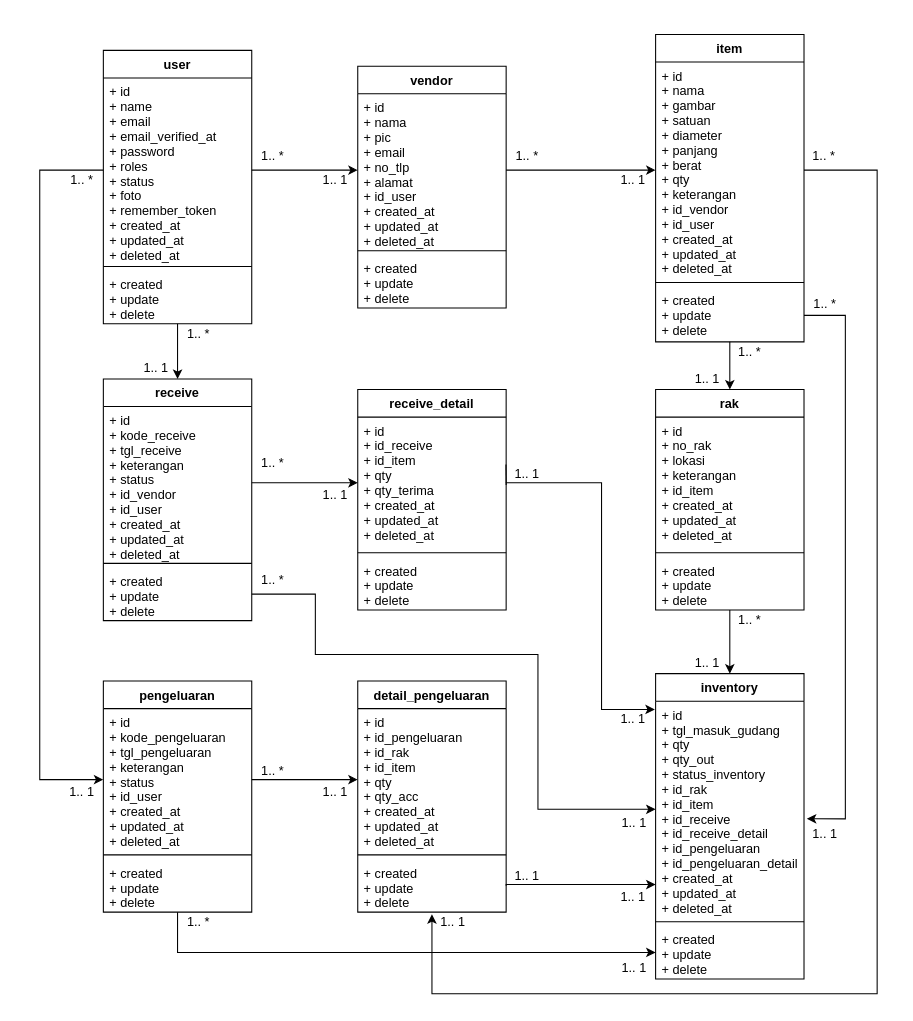
The draw.io diagram public/DOKUMENTASI/Class diagram.drawio in gurafwisandi/erp-warehouse-vertical, before the edit. Source tidied: cells renumbered, new cells numbered last; positions are measured from the earlier drawing's top-left corner, leaving out a move shared by most shapes. Both pictures are drawn from the tidied source at 106%, with x=0, y=0 at pixel (18, 18).
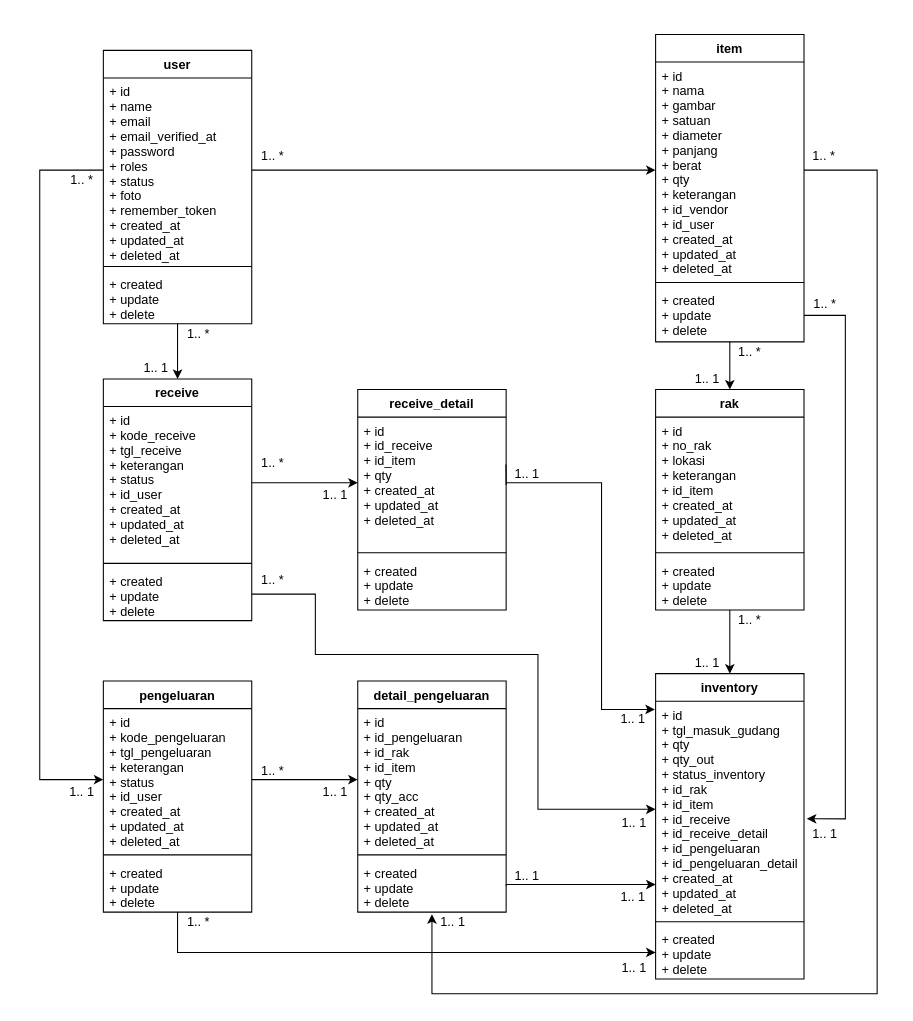
After the change.

The change refers to these unchanged cells:
```xml
<mxCell id="6" value="+ id&#10;+ name&#10;+ email&#10;+ email_verified_at&#10;+ password&#10;+ roles&#10;+ status&#10;+ foto&#10;+ remember_token&#10;+ created_at&#10;+ updated_at&#10;+ deleted_at" style="text;strokeColor=none;fillColor=none;align=left;verticalAlign=top;spacingLeft=4;spacingRight=4;overflow=hidden;points=[[0,0.5],[1,0.5]];portConstraint=eastwest;" parent="5" vertex="1">
  <mxGeometry y="26" width="140" height="174" as="geometry" />
</mxCell>
<mxCell id="18" value="+ id&#10;+ nama&#10;+ gambar&#10;+ satuan&#10;+ diameter&#10;+ panjang&#10;+ berat&#10;+ qty&#10;+ keterangan&#10;+ id_vendor&#10;+ id_user&#10;+ created_at&#10;+ updated_at&#10;+ deleted_at" style="text;strokeColor=none;fillColor=none;align=left;verticalAlign=top;spacingLeft=4;spacingRight=4;overflow=hidden;points=[[0,0.5],[1,0.5]];portConstraint=eastwest;" parent="17" vertex="1">
  <mxGeometry y="26" width="140" height="204" as="geometry" />
</mxCell>
<mxCell id="26" value="receive" style="swimlane;fontStyle=1;align=center;verticalAlign=top;horizontal=1;startSize=26;" parent="1" vertex="1">
  <mxGeometry x="80" y="340" width="140" height="228" as="geometry" />
</mxCell>
<mxCell id="30" value="receive_detail" style="swimlane;fontStyle=1;align=center;verticalAlign=top;horizontal=1;startSize=26;" parent="1" vertex="1">
  <mxGeometry x="320" y="350" width="140" height="208" as="geometry" />
</mxCell>
```

Diff of the diagram source:
```diff
@@
-    <mxCell id="2" style="edgeStyle=orthogonalEdgeStyle;rounded=0;jettySize=auto;html=1;exitX=1;exitY=0.5;exitDx=0;exitDy=0;entryX=0;entryY=0.5;entryDx=0;entryDy=0;" parent="1" edge="1" source="6" target="14">
+    <mxCell id="2" style="edgeStyle=orthogonalEdgeStyle;rounded=0;jettySize=auto;html=1;exitX=1;exitY=0.5;exitDx=0;exitDy=0;" parent="1" edge="1" source="6" target="18">
       <mxGeometry relative="1" as="geometry" />
     </mxCell>
@@
-    <mxCell id="12" style="rounded=0;jettySize=auto;html=1;entryX=0;entryY=0.5;entryDx=0;entryDy=0;exitX=1;exitY=0.5;exitDx=0;exitDy=0;startArrow=none;startFill=0;endArrow=classic;endFill=1;" parent="1" edge="1" source="14" target="18">
-      <mxGeometry relative="1" as="geometry" />
-    </mxCell>
-    <mxCell id="13" value="vendor" style="swimlane;fontStyle=1;align=center;verticalAlign=top;horizontal=1;startSize=26;" parent="1" vertex="1">
-      <mxGeometry x="320" y="45" width="140" height="228" as="geometry" />
-    </mxCell>
-    <mxCell id="14" value="+ id&#10;+ nama&#10;+ pic&#10;+ email&#10;+ no_tlp&#10;+ alamat&#10;+ id_user&#10;+ created_at&#10;+ updated_at&#10;+ deleted_at" style="text;strokeColor=none;fillColor=none;align=left;verticalAlign=top;spacingLeft=4;spacingRight=4;overflow=hidden;points=[[0,0.5],[1,0.5]];portConstraint=eastwest;" parent="13" vertex="1">
-      <mxGeometry y="26" width="140" height="144" as="geometry" />
-    </mxCell>
-    <mxCell id="15" style="line;strokeWidth=1;fillColor=none;align=left;verticalAlign=middle;spacingTop=-1;spacingLeft=3;spacingRight=3;labelPosition=right;" parent="13" vertex="1">
-      <mxGeometry y="170" width="140" height="8" as="geometry" />
-    </mxCell>
-    <mxCell id="16" value="+ created&#10;+ update&#10;+ delete" style="text;strokeColor=none;fillColor=none;align=left;verticalAlign=top;spacingLeft=4;spacingRight=4;overflow=hidden;" parent="13" vertex="1">
-      <mxGeometry y="178" width="140" height="50" as="geometry" />
-    </mxCell>
@@
-    <mxCell id="27" value="+ id&#10;+ kode_receive&#10;+ tgl_receive&#10;+ keterangan&#10;+ status&#10;+ id_vendor&#10;+ id_user&#10;+ created_at&#10;+ updated_at&#10;+ deleted_at" style="text;strokeColor=none;fillColor=none;align=left;verticalAlign=top;spacingLeft=4;spacingRight=4;overflow=hidden;points=[[0,0.5],[1,0.5]];portConstraint=eastwest;" parent="26" vertex="1">
+    <mxCell id="27" value="+ id&#10;+ kode_receive&#10;+ tgl_receive&#10;+ keterangan&#10;+ status&#10;+ id_user&#10;+ created_at&#10;+ updated_at&#10;+ deleted_at" style="text;strokeColor=none;fillColor=none;align=left;verticalAlign=top;spacingLeft=4;spacingRight=4;overflow=hidden;points=[[0,0.5],[1,0.5]];portConstraint=eastwest;" parent="26" vertex="1">
       <mxGeometry y="26" width="140" height="144" as="geometry" />
     </mxCell>
@@
-    <mxCell id="31" value="+ id&#10;+ id_receive&#10;+ id_item&#10;+ qty&#10;+ qty_terima&#10;+ created_at&#10;+ updated_at&#10;+ deleted_at" style="text;strokeColor=none;fillColor=none;align=left;verticalAlign=top;spacingLeft=4;spacingRight=4;overflow=hidden;points=[[0,0.5],[1,0.5]];portConstraint=eastwest;" parent="30" vertex="1">
+    <mxCell id="31" value="+ id&#10;+ id_receive&#10;+ id_item&#10;+ qty&#10;+ created_at&#10;+ updated_at&#10;+ deleted_at" style="text;strokeColor=none;fillColor=none;align=left;verticalAlign=top;spacingLeft=4;spacingRight=4;overflow=hidden;points=[[0,0.5],[1,0.5]];portConstraint=eastwest;" parent="30" vertex="1">
       <mxGeometry y="26" width="140" height="124" as="geometry" />
     </mxCell>
@@
-    <mxCell id="56" value="1.. *" style="text;html=1;strokeColor=none;fillColor=none;align=center;verticalAlign=middle;whiteSpace=wrap;rounded=0;" parent="1" vertex="1">
-      <mxGeometry x="460" y="120" width="40" height="20" as="geometry" />
-    </mxCell>
@@
-    <mxCell id="63" value="1.. 1" style="text;html=1;strokeColor=none;fillColor=none;align=center;verticalAlign=middle;whiteSpace=wrap;rounded=0;" parent="1" vertex="1">
-      <mxGeometry x="279" y="143" width="40" height="20" as="geometry" />
-    </mxCell>
-    <mxCell id="64" value="1.. 1" style="text;html=1;strokeColor=none;fillColor=none;align=center;verticalAlign=middle;whiteSpace=wrap;rounded=0;" parent="1" vertex="1">
-      <mxGeometry x="560" y="143" width="40" height="20" as="geometry" />
-    </mxCell>
```
